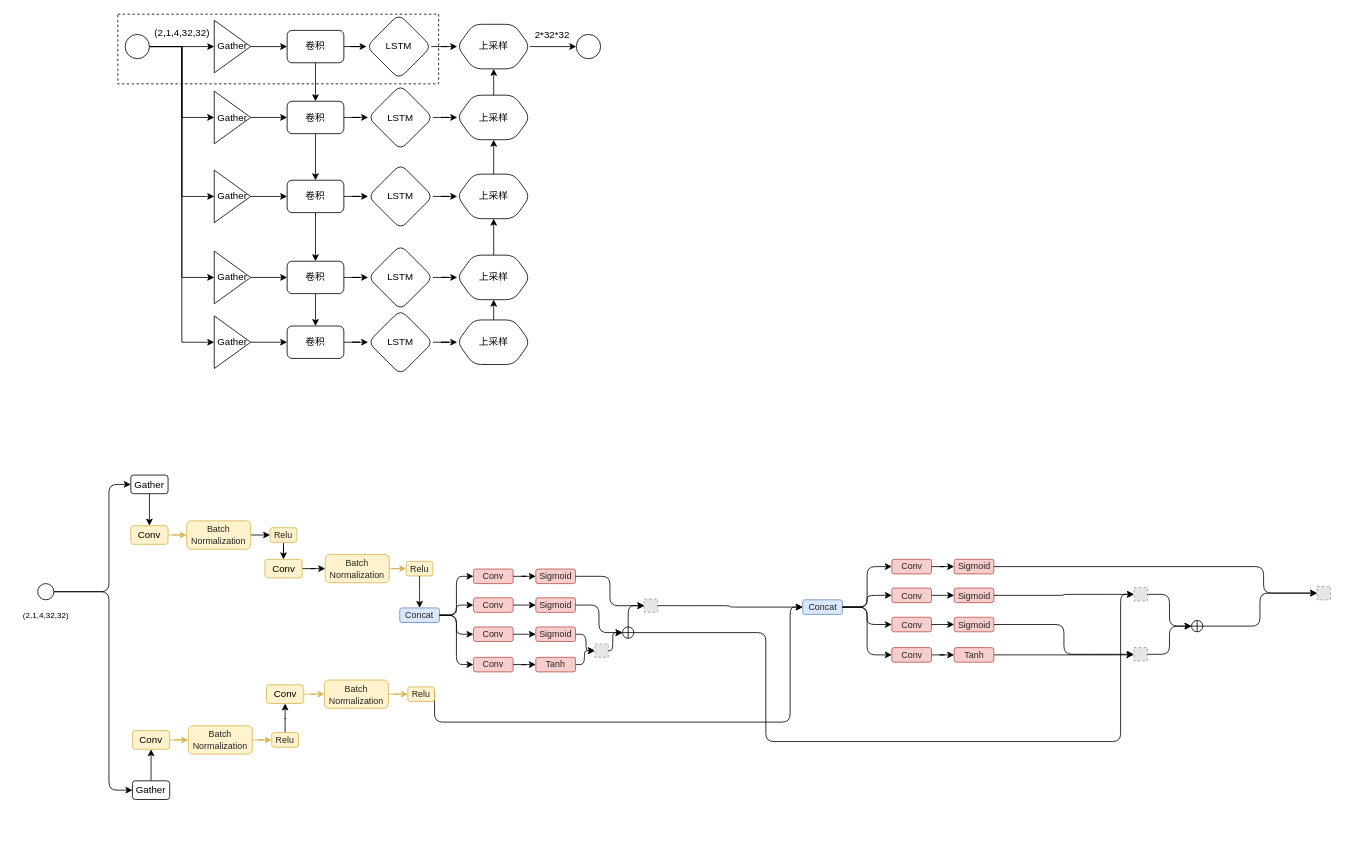
Above: hainanchangedetection.drawio in dorbodwolf/graphs_from_draw.io (draw.io), before the change. Source tidied: cells renumbered, new cells numbered last; positions are measured from the earlier drawing's top-left corner, leaving out a move shared by most shapes. Both pictures are drawn from the tidied source at 81%, with x=0, y=0 at pixel (14, 14). Pictures stored in the file or linked from it are replaced by grey dashed boxes.
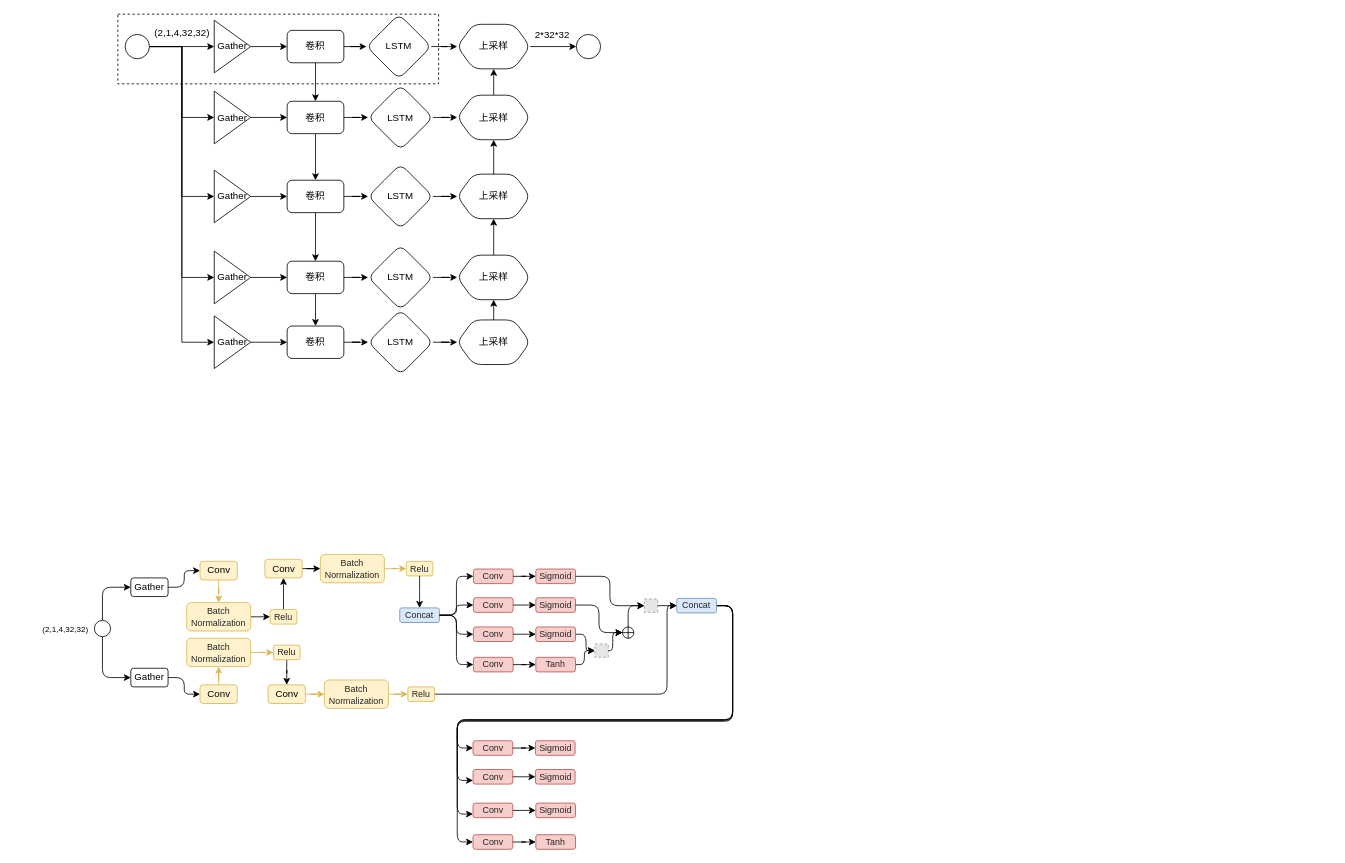
Above is the later version.

Unchanged cells that the change refers to:
```xml
<mxCell id="68" value="&lt;font color=&quot;#242424&quot;&gt;&lt;span style=&quot;font-size: 11px&quot;&gt;Relu&lt;/span&gt;&lt;/font&gt;" style="rounded=1;whiteSpace=wrap;html=1;sketch=0;fillColor=#fff2cc;strokeColor=#d6b656;" parent="1" vertex="1">
  <mxGeometry x="486" y="830.5" width="33" height="18" as="geometry" />
</mxCell>
<mxCell id="105" style="verticalLabelPosition=bottom;verticalAlign=top;html=1;shape=mxgraph.flowchart.summing_function;rounded=0;sketch=0;fillColor=#ffffff;" parent="1" vertex="1">
  <mxGeometry x="751" y="756.5" width="14" height="14" as="geometry" />
</mxCell>
<mxCell id="141" value="Conv" style="rounded=1;whiteSpace=wrap;html=1;sketch=0;fillColor=#fff2cc;strokeColor=#d6b656;" parent="1" vertex="1">
  <mxGeometry x="309.5" y="673" width="46" height="23" as="geometry" />
</mxCell>
```

What changed in the source:
```diff
@@
-    <mxCell id="56" style="edgeStyle=orthogonalEdgeStyle;curved=0;rounded=1;sketch=0;jettySize=auto;html=1;exitX=0.5;exitY=0;exitDx=0;exitDy=0;entryX=0.5;entryY=1;entryDx=0;entryDy=0;" parent="1" edge="1" source="57" target="58">
+    <mxCell id="56" style="edgeStyle=orthogonalEdgeStyle;curved=0;rounded=1;sketch=0;jettySize=auto;html=1;exitX=1;exitY=0.5;exitDx=0;exitDy=0;entryX=0;entryY=0.5;entryDx=0;entryDy=0;" parent="1" edge="1" source="57" target="58">
       <mxGeometry relative="1" as="geometry" />
     </mxCell>
     <mxCell id="57" value="Gather" style="rounded=1;whiteSpace=wrap;html=1;sketch=0;fillColor=none;" parent="1" vertex="1">
-      <mxGeometry x="146" y="946.5" width="46" height="23" as="geometry" />
+      <mxGeometry x="144" y="807.5" width="46" height="23" as="geometry" />
     </mxCell>
     <mxCell id="58" value="Conv" style="rounded=1;whiteSpace=wrap;html=1;sketch=0;fillColor=#fff2cc;strokeColor=#d6b656;" parent="1" vertex="1">
-      <mxGeometry x="146" y="884.5" width="46" height="23" as="geometry" />
+      <mxGeometry x="229.5" y="828" width="46" height="23" as="geometry" />
     </mxCell>
     <mxCell id="59" value="&lt;span style=&quot;color: rgb(36 , 36 , 36) ; font-size: 11px&quot;&gt;Batch&lt;br&gt;Normalization&lt;/span&gt;" style="rounded=1;whiteSpace=wrap;html=1;sketch=0;fillColor=#fff2cc;strokeColor=#d6b656;" parent="1" vertex="1">
-      <mxGeometry x="215" y="878.5" width="79" height="35" as="geometry" />
+      <mxGeometry x="213" y="770.5" width="79" height="35" as="geometry" />
     </mxCell>
@@
-    <mxCell id="61" style="edgeStyle=orthogonalEdgeStyle;curved=0;rounded=1;sketch=0;jettySize=auto;html=1;exitX=0.5;exitY=0;exitDx=0;exitDy=0;" parent="1" edge="1" source="62" target="64">
+    <mxCell id="61" style="edgeStyle=orthogonalEdgeStyle;curved=0;rounded=1;sketch=0;jettySize=auto;html=1;exitX=0.5;exitY=1;exitDx=0;exitDy=0;" parent="1" edge="1" source="62" target="64">
       <mxGeometry relative="1" as="geometry" />
     </mxCell>
     <mxCell id="62" value="&lt;font color=&quot;#242424&quot;&gt;&lt;span style=&quot;font-size: 11px&quot;&gt;Relu&lt;/span&gt;&lt;/font&gt;" style="rounded=1;whiteSpace=wrap;html=1;sketch=0;fillColor=#fff2cc;strokeColor=#d6b656;" parent="1" vertex="1">
-      <mxGeometry x="318" y="887" width="33" height="18" as="geometry" />
+      <mxGeometry x="320" y="779" width="33" height="18" as="geometry" />
     </mxCell>
@@
     <mxCell id="64" value="Conv" style="rounded=1;whiteSpace=wrap;html=1;sketch=0;fillColor=#fff2cc;strokeColor=#d6b656;" parent="1" vertex="1">
-      <mxGeometry x="311.5" y="828" width="46" height="23" as="geometry" />
+      <mxGeometry x="313.5" y="828" width="46" height="23" as="geometry" />
     </mxCell>
@@
-    <mxCell id="67" style="edgeStyle=orthogonalEdgeStyle;curved=0;rounded=1;sketch=0;jettySize=auto;html=1;exitX=1;exitY=0.25;exitDx=0;exitDy=0;entryX=0;entryY=0.5;entryDx=0;entryDy=0;" parent="1" edge="1" source="68" target="110">
+    <mxCell id="67" style="edgeStyle=orthogonalEdgeStyle;curved=0;rounded=1;sketch=0;jettySize=auto;html=1;exitX=1;exitY=0.5;exitDx=0;exitDy=0;entryX=0;entryY=0.5;entryDx=0;entryDy=0;" parent="1" edge="1" source="68" target="110">
       <mxGeometry relative="1" as="geometry">
         <Array as="points">
-          <mxPoint x="958" y="874" />
-          <mxPoint x="958" y="732" />
+          <mxPoint x="806" y="840" />
+          <mxPoint x="806" y="730" />
         </Array>
       </mxGeometry>
     </mxCell>
@@
+    <mxCell id="74" style="edgeStyle=orthogonalEdgeStyle;curved=0;rounded=1;sketch=0;jettySize=auto;html=1;exitX=0.5;exitY=0;exitDx=0;exitDy=0;entryX=0;entryY=0.5;entryDx=0;entryDy=0;" parent="1" edge="1" source="71" target="73">
+      <mxGeometry relative="1" as="geometry" />
+    </mxCell>
-    <mxCell id="70" style="edgeStyle=orthogonalEdgeStyle;curved=0;rounded=1;sketch=0;jettySize=auto;html=1;exitX=1;exitY=0.5;exitDx=0;exitDy=0;entryX=0;entryY=0.5;entryDx=0;entryDy=0;" parent="1" edge="1" source="71" target="57">
-      <mxGeometry relative="1" as="geometry">
-        <Array as="points">
-          <mxPoint x="117" y="713" />
-          <mxPoint x="117" y="958" />
-        </Array>
-      </mxGeometry>
+    <mxCell id="70" style="edgeStyle=orthogonalEdgeStyle;curved=0;rounded=1;sketch=0;jettySize=auto;html=1;exitX=0.5;exitY=1;exitDx=0;exitDy=0;entryX=0;entryY=0.5;entryDx=0;entryDy=0;" parent="1" edge="1" source="71" target="57">
+      <mxGeometry relative="1" as="geometry" />
     </mxCell>
     <mxCell id="71" style="ellipse;whiteSpace=wrap;html=1;" parent="1" vertex="1">
-      <mxGeometry x="29" y="703" width="20" height="20" as="geometry" />
+      <mxGeometry x="99" y="748.5" width="20" height="20" as="geometry" />
     </mxCell>
-    <mxCell id="72" style="edgeStyle=orthogonalEdgeStyle;curved=0;rounded=1;sketch=0;jettySize=auto;html=1;exitX=0.5;exitY=1;exitDx=0;exitDy=0;entryX=0.5;entryY=0;entryDx=0;entryDy=0;" parent="1" edge="1" source="73" target="76">
+    <mxCell id="72" style="edgeStyle=orthogonalEdgeStyle;curved=0;rounded=1;sketch=0;jettySize=auto;html=1;exitX=1;exitY=0.5;exitDx=0;exitDy=0;entryX=0;entryY=0.5;entryDx=0;entryDy=0;" parent="1" edge="1" source="73" target="76">
       <mxGeometry relative="1" as="geometry" />
     </mxCell>
     <mxCell id="73" value="Gather" style="rounded=1;whiteSpace=wrap;html=1;sketch=0;fillColor=none;" parent="1" vertex="1">
-      <mxGeometry x="144" y="569" width="46" height="23" as="geometry" />
+      <mxGeometry x="144" y="696" width="46" height="23" as="geometry" />
     </mxCell>
-    <mxCell id="74" style="edgeStyle=orthogonalEdgeStyle;curved=0;rounded=1;sketch=0;jettySize=auto;html=1;entryX=0;entryY=0.5;entryDx=0;entryDy=0;" parent="1" edge="1" source="71" target="73">
-      <mxGeometry x="-362" y="608" as="geometry">
-        <Array as="points">
-          <mxPoint x="117" y="713" />
-          <mxPoint x="117" y="581" />
-        </Array>
-      </mxGeometry>
-    </mxCell>
     <mxCell id="75" value="&lt;p&gt;&lt;font style=&quot;font-size: 10px&quot;&gt;(2,1,4,32,32)&lt;/font&gt;&lt;/p&gt;" style="text;html=1;align=center;verticalAlign=middle;" parent="1" vertex="1">
-      <mxGeometry y="720.5" width="78" height="42" as="geometry" />
+      <mxGeometry x="24" y="737.5" width="78" height="42" as="geometry" />
     </mxCell>
     <mxCell id="76" value="Conv" style="rounded=1;whiteSpace=wrap;html=1;sketch=0;fillColor=#fff2cc;strokeColor=#d6b656;" parent="1" vertex="1">
-      <mxGeometry x="144" y="631.5" width="46" height="23" as="geometry" />
+      <mxGeometry x="229.5" y="675.5" width="46" height="23" as="geometry" />
     </mxCell>
@@
     <mxCell id="78" value="&lt;span style=&quot;color: rgb(36 , 36 , 36) ; font-size: 11px&quot;&gt;Batch&lt;br&gt;Normalization&lt;/span&gt;" style="rounded=1;whiteSpace=wrap;html=1;sketch=0;strokeColor=#d6b656;fillColor=#fff2cc;" parent="1" vertex="1">
-      <mxGeometry x="213" y="625.5" width="79" height="35" as="geometry" />
+      <mxGeometry x="213" y="726.5" width="79" height="35" as="geometry" />
     </mxCell>
@@
     <mxCell id="80" value="&lt;span style=&quot;color: rgb(36 , 36 , 36) ; font-size: 11px&quot;&gt;Batch&lt;br&gt;Normalization&lt;/span&gt;" style="rounded=1;whiteSpace=wrap;html=1;sketch=0;fillColor=#fff2cc;strokeColor=#d6b656;" parent="1" vertex="1">
-      <mxGeometry x="384" y="667" width="79" height="35" as="geometry" />
+      <mxGeometry x="378" y="667" width="79" height="35" as="geometry" />
     </mxCell>
@@
+    <mxCell id="119" style="edgeStyle=orthogonalEdgeStyle;curved=0;rounded=1;sketch=0;jettySize=auto;html=1;exitX=1;exitY=0.5;exitDx=0;exitDy=0;entryX=0;entryY=0.5;entryDx=0;entryDy=0;" parent="1" edge="1" source="110" target="118">
+      <mxGeometry relative="1" as="geometry">
+        <Array as="points">
+          <mxPoint x="887" y="730" />
+          <mxPoint x="887" y="871" />
+          <mxPoint x="547" y="871" />
+          <mxPoint x="547" y="906" />
+        </Array>
+      </mxGeometry>
+    </mxCell>
+    <mxCell id="117" style="edgeStyle=orthogonalEdgeStyle;curved=0;rounded=1;sketch=0;jettySize=auto;html=1;exitX=1;exitY=0.5;exitDx=0;exitDy=0;entryX=0;entryY=0.75;entryDx=0;entryDy=0;" parent="1" edge="1" source="110" target="116">
+      <mxGeometry relative="1" as="geometry">
+        <Array as="points">
+          <mxPoint x="887" y="730" />
+          <mxPoint x="887" y="872" />
+          <mxPoint x="547" y="872" />
+          <mxPoint x="547" y="946" />
+        </Array>
+      </mxGeometry>
+    </mxCell>
+    <mxCell id="113" style="edgeStyle=orthogonalEdgeStyle;curved=0;rounded=1;sketch=0;jettySize=auto;html=1;exitX=1;exitY=0.5;exitDx=0;exitDy=0;entryX=0;entryY=0.75;entryDx=0;entryDy=0;" parent="1" edge="1" source="110" target="112">
+      <mxGeometry relative="1" as="geometry">
+        <Array as="points">
+          <mxPoint x="887" y="730" />
+          <mxPoint x="887" y="871" />
+          <mxPoint x="547" y="871" />
+          <mxPoint x="547" y="988" />
+        </Array>
+      </mxGeometry>
+    </mxCell>
+    <mxCell id="115" style="edgeStyle=orthogonalEdgeStyle;curved=0;rounded=1;sketch=0;jettySize=auto;html=1;exitX=1;exitY=0.5;exitDx=0;exitDy=0;entryX=0;entryY=0.5;entryDx=0;entryDy=0;" parent="1" edge="1" source="110" target="114">
+      <mxGeometry relative="1" as="geometry">
+        <Array as="points">
+          <mxPoint x="887" y="730" />
+          <mxPoint x="887" y="873" />
+          <mxPoint x="547" y="873" />
+          <mxPoint x="547" y="1022" />
+        </Array>
+      </mxGeometry>
+    </mxCell>
     <mxCell id="110" value="&lt;font color=&quot;#242424&quot;&gt;&lt;span style=&quot;font-size: 11px&quot;&gt;Concat&lt;/span&gt;&lt;/font&gt;" style="rounded=1;whiteSpace=wrap;html=1;sketch=0;fillColor=#dae8fc;strokeColor=#6c8ebf;" parent="1" vertex="1">
-      <mxGeometry x="973.5" y="723" width="49" height="18" as="geometry" />
+      <mxGeometry x="818" y="721.2" width="49" height="18" as="geometry" />
     </mxCell>
@@
     <mxCell id="112" value="&lt;font color=&quot;#242424&quot;&gt;&lt;span style=&quot;font-size: 11px&quot;&gt;Conv&lt;/span&gt;&lt;/font&gt;" style="rounded=1;whiteSpace=wrap;html=1;sketch=0;fillColor=#f8cecc;strokeColor=#b85450;" parent="1" vertex="1">
-      <mxGeometry x="1083.5" y="744.5" width="49" height="18" as="geometry" />
+      <mxGeometry x="566.5" y="974" width="49" height="18" as="geometry" />
     </mxCell>
-    <mxCell id="113" style="edgeStyle=orthogonalEdgeStyle;curved=0;rounded=1;sketch=0;jettySize=auto;html=1;exitX=1;exitY=0.5;exitDx=0;exitDy=0;entryX=0;entryY=0.5;entryDx=0;entryDy=0;" parent="1" edge="1" source="110" target="112">
-      <mxGeometry x="-654.5" y="583" as="geometry" />
-    </mxCell>
     <mxCell id="114" value="&lt;font color=&quot;#242424&quot;&gt;&lt;span style=&quot;font-size: 11px&quot;&gt;Conv&lt;/span&gt;&lt;/font&gt;" style="rounded=1;whiteSpace=wrap;html=1;sketch=0;fillColor=#f8cecc;strokeColor=#b85450;" parent="1" vertex="1">
-      <mxGeometry x="1083.5" y="782" width="49" height="18" as="geometry" />
+      <mxGeometry x="566.5" y="1013" width="49" height="18" as="geometry" />
     </mxCell>
-    <mxCell id="115" style="edgeStyle=orthogonalEdgeStyle;curved=0;rounded=1;sketch=0;jettySize=auto;html=1;exitX=1;exitY=0.5;exitDx=0;exitDy=0;entryX=0;entryY=0.5;entryDx=0;entryDy=0;" parent="1" edge="1" source="110" target="114">
-      <mxGeometry x="-654.5" y="583" as="geometry" />
-    </mxCell>
     <mxCell id="116" value="&lt;font color=&quot;#242424&quot;&gt;&lt;span style=&quot;font-size: 11px&quot;&gt;Conv&lt;/span&gt;&lt;/font&gt;" style="rounded=1;whiteSpace=wrap;html=1;sketch=0;fillColor=#f8cecc;strokeColor=#b85450;" parent="1" vertex="1">
-      <mxGeometry x="1083.5" y="708.5" width="49" height="18" as="geometry" />
+      <mxGeometry x="566.5" y="932.5" width="49" height="18" as="geometry" />
     </mxCell>
-    <mxCell id="117" style="edgeStyle=orthogonalEdgeStyle;curved=0;rounded=1;sketch=0;jettySize=auto;html=1;exitX=1;exitY=0.5;exitDx=0;exitDy=0;" parent="1" edge="1" source="110" target="116">
-      <mxGeometry x="-654.5" y="583" as="geometry" />
-    </mxCell>
     <mxCell id="118" value="&lt;font color=&quot;#242424&quot;&gt;&lt;span style=&quot;font-size: 11px&quot;&gt;Conv&lt;/span&gt;&lt;/font&gt;" style="rounded=1;whiteSpace=wrap;html=1;sketch=0;fillColor=#f8cecc;strokeColor=#b85450;" parent="1" vertex="1">
-      <mxGeometry x="1083.5" y="673" width="49" height="18" as="geometry" />
+      <mxGeometry x="566.5" y="897" width="49" height="18" as="geometry" />
     </mxCell>
-    <mxCell id="119" style="edgeStyle=orthogonalEdgeStyle;curved=0;rounded=1;sketch=0;jettySize=auto;html=1;exitX=1;exitY=0.5;exitDx=0;exitDy=0;entryX=0;entryY=0.5;entryDx=0;entryDy=0;" parent="1" edge="1" source="110" target="118">
-      <mxGeometry x="-654.5" y="583" as="geometry" />
-    </mxCell>
     <mxCell id="120" value="&lt;font color=&quot;#242424&quot;&gt;&lt;span style=&quot;font-size: 11px&quot;&gt;Sigmoid&lt;/span&gt;&lt;/font&gt;" style="rounded=1;whiteSpace=wrap;html=1;sketch=0;fillColor=#f8cecc;strokeColor=#b85450;" parent="1" vertex="1">
-      <mxGeometry x="1160.5" y="673" width="49" height="18" as="geometry" />
+      <mxGeometry x="643.5" y="897" width="49" height="18" as="geometry" />
     </mxCell>
     <mxCell id="121" style="edgeStyle=orthogonalEdgeStyle;curved=0;rounded=1;sketch=0;jettySize=auto;html=1;" parent="1" edge="1" source="118" target="120">
-      <mxGeometry x="-654.5" y="583" as="geometry" />
+      <mxGeometry x="-1171.5" y="807" as="geometry" />
     </mxCell>
     <mxCell id="122" value="&lt;font color=&quot;#242424&quot;&gt;&lt;span style=&quot;font-size: 11px&quot;&gt;Sigmoid&lt;/span&gt;&lt;/font&gt;" style="rounded=1;whiteSpace=wrap;html=1;sketch=0;fillColor=#f8cecc;strokeColor=#b85450;" parent="1" vertex="1">
-      <mxGeometry x="1160.5" y="708.5" width="49" height="18" as="geometry" />
+      <mxGeometry x="643.5" y="932.5" width="49" height="18" as="geometry" />
     </mxCell>
     <mxCell id="123" style="edgeStyle=orthogonalEdgeStyle;curved=0;rounded=1;sketch=0;jettySize=auto;html=1;exitX=1;exitY=0.5;exitDx=0;exitDy=0;entryX=0;entryY=0.5;entryDx=0;entryDy=0;" parent="1" edge="1" source="116" target="122">
-      <mxGeometry x="-654.5" y="583" as="geometry" />
+      <mxGeometry x="-1171.5" y="807" as="geometry" />
     </mxCell>
     <mxCell id="124" value="&lt;font color=&quot;#242424&quot;&gt;&lt;span style=&quot;font-size: 11px&quot;&gt;Sigmoid&lt;/span&gt;&lt;/font&gt;" style="rounded=1;whiteSpace=wrap;html=1;sketch=0;fillColor=#f8cecc;strokeColor=#b85450;" parent="1" vertex="1">
-      <mxGeometry x="1160.5" y="744.5" width="49" height="18" as="geometry" />
+      <mxGeometry x="644" y="974" width="49" height="18" as="geometry" />
     </mxCell>
     <mxCell id="125" style="edgeStyle=orthogonalEdgeStyle;curved=0;rounded=1;sketch=0;jettySize=auto;html=1;exitX=1;exitY=0.5;exitDx=0;exitDy=0;entryX=0;entryY=0.5;entryDx=0;entryDy=0;" parent="1" edge="1" source="112" target="124">
-      <mxGeometry x="-654.5" y="583" as="geometry" />
+      <mxGeometry x="-1171.5" y="807" as="geometry" />
     </mxCell>
-    <mxCell id="126" style="edgeStyle=orthogonalEdgeStyle;curved=0;rounded=1;sketch=0;jettySize=auto;html=1;exitX=1;exitY=0.5;exitDx=0;exitDy=0;" parent="1" edge="1" source="127">
-      <mxGeometry x="-654.5" y="583" as="geometry">
-        <mxPoint x="1381.6" y="791" as="targetPoint" />
-      </mxGeometry>
-    </mxCell>
     <mxCell id="127" value="&lt;font color=&quot;#242424&quot;&gt;&lt;span style=&quot;font-size: 11px&quot;&gt;Tanh&lt;br&gt;&lt;/span&gt;&lt;/font&gt;" style="rounded=1;whiteSpace=wrap;html=1;sketch=0;fillColor=#f8cecc;strokeColor=#b85450;" parent="1" vertex="1">
-      <mxGeometry x="1160.5" y="782" width="49" height="18" as="geometry" />
+      <mxGeometry x="644" y="1013" width="49" height="18" as="geometry" />
     </mxCell>
     <mxCell id="128" style="edgeStyle=orthogonalEdgeStyle;curved=0;rounded=1;sketch=0;jettySize=auto;html=1;exitX=1;exitY=0.5;exitDx=0;exitDy=0;" parent="1" edge="1" source="114" target="127">
-      <mxGeometry x="-654.5" y="583" as="geometry" />
+      <mxGeometry x="-1171.5" y="807" as="geometry" />
     </mxCell>
-    <mxCell id="129" style="fillColor=#E6E6E6;strokeColor=#999999;dashed=1;html=1;verticalAlign=top;verticalLabelPosition=bottom;labelBackgroundColor=#ffffff;" parent="1" vertex="1">
-      <mxGeometry x="1382.5" y="708" width="16.5" height="16.5" as="geometry" />
-    </mxCell>
-    <mxCell id="130" style="edgeStyle=orthogonalEdgeStyle;curved=0;rounded=1;sketch=0;jettySize=auto;html=1;exitX=1;exitY=0.5;exitDx=0;exitDy=0;exitPerimeter=0;entryX=0;entryY=0.5;entryDx=0;entryDy=0;" parent="1" edge="1" source="105" target="129">
-      <mxGeometry x="-577" y="583" as="geometry">
-        <Array as="points">
-          <mxPoint x="928" y="764" />
-          <mxPoint x="928" y="898" />
-          <mxPoint x="1366" y="898" />
-          <mxPoint x="1366" y="716" />
-        </Array>
-      </mxGeometry>
-    </mxCell>
-    <mxCell id="131" style="edgeStyle=orthogonalEdgeStyle;curved=0;rounded=1;sketch=0;jettySize=auto;html=1;exitX=1;exitY=0.5;exitDx=0;exitDy=0;entryX=0;entryY=0.5;entryDx=0;entryDy=0;" parent="1" edge="1" source="122" target="129">
-      <mxGeometry x="-654.5" y="583" as="geometry" />
-    </mxCell>
-    <mxCell id="132" style="fillColor=#E6E6E6;strokeColor=#999999;dashed=1;html=1;verticalAlign=top;verticalLabelPosition=bottom;labelBackgroundColor=#ffffff;" parent="1" vertex="1">
-      <mxGeometry x="1382.5" y="782" width="16.5" height="16.5" as="geometry" />
-    </mxCell>
-    <mxCell id="133" style="edgeStyle=orthogonalEdgeStyle;curved=0;rounded=1;sketch=0;jettySize=auto;html=1;exitX=1;exitY=0.5;exitDx=0;exitDy=0;entryX=0;entryY=0.5;entryDx=0;entryDy=0;" parent="1" edge="1" source="124" target="132">
-      <mxGeometry x="-654.5" y="583" as="geometry" />
-    </mxCell>
-    <mxCell id="134" style="verticalLabelPosition=bottom;verticalAlign=top;html=1;shape=mxgraph.flowchart.summing_function;rounded=0;sketch=0;fillColor=#ffffff;" parent="1" vertex="1">
-      <mxGeometry x="1453.5" y="748.5" width="14" height="14" as="geometry" />
-    </mxCell>
-    <mxCell id="135" style="edgeStyle=orthogonalEdgeStyle;curved=0;rounded=1;sketch=0;jettySize=auto;html=1;exitX=1;exitY=0.5;exitDx=0;exitDy=0;entryX=0;entryY=0.5;entryDx=0;entryDy=0;entryPerimeter=0;" parent="1" edge="1" source="129" target="134">
-      <mxGeometry x="-654.5" y="583" as="geometry" />
-    </mxCell>
-    <mxCell id="136" style="edgeStyle=orthogonalEdgeStyle;curved=0;rounded=1;sketch=0;jettySize=auto;html=1;exitX=1;exitY=0.5;exitDx=0;exitDy=0;entryX=0;entryY=0.5;entryDx=0;entryDy=0;entryPerimeter=0;" parent="1" edge="1" source="132" target="134">
-      <mxGeometry x="-654.5" y="583" as="geometry" />
-    </mxCell>
-    <mxCell id="137" style="fillColor=#E6E6E6;strokeColor=#999999;dashed=1;html=1;verticalAlign=top;verticalLabelPosition=bottom;labelBackgroundColor=#ffffff;" parent="1" vertex="1">
-      <mxGeometry x="1608.5" y="706.5" width="16.5" height="16.5" as="geometry" />
-    </mxCell>
-    <mxCell id="138" style="edgeStyle=orthogonalEdgeStyle;curved=0;rounded=1;sketch=0;jettySize=auto;html=1;exitX=1;exitY=0.5;exitDx=0;exitDy=0;entryX=0;entryY=0.5;entryDx=0;entryDy=0;" parent="1" edge="1" source="120" target="137">
-      <mxGeometry x="-654.5" y="583" as="geometry">
-        <Array as="points">
-          <mxPoint x="1542.5" y="682" />
-          <mxPoint x="1542.5" y="715" />
-        </Array>
-      </mxGeometry>
-    </mxCell>
-    <mxCell id="139" style="edgeStyle=orthogonalEdgeStyle;curved=0;rounded=1;sketch=0;jettySize=auto;html=1;exitX=1;exitY=0.5;exitDx=0;exitDy=0;exitPerimeter=0;entryX=0;entryY=0.5;entryDx=0;entryDy=0;" parent="1" edge="1" source="134" target="137">
-      <mxGeometry x="-654.5" y="583" as="geometry" />
-    </mxCell>
@@
-    <mxCell id="142" style="edgeStyle=orthogonalEdgeStyle;curved=0;rounded=1;sketch=0;jettySize=auto;html=1;exitX=0.5;exitY=1;exitDx=0;exitDy=0;" parent="1" edge="1" source="143" target="141">
+    <mxCell id="142" style="edgeStyle=orthogonalEdgeStyle;curved=0;rounded=1;sketch=0;jettySize=auto;html=1;exitX=0.5;exitY=0;exitDx=0;exitDy=0;entryX=0.5;entryY=1;entryDx=0;entryDy=0;" parent="1" edge="1" source="143" target="141">
       <mxGeometry relative="1" as="geometry" />
     </mxCell>
     <mxCell id="143" value="&lt;font color=&quot;#242424&quot;&gt;&lt;span style=&quot;font-size: 11px&quot;&gt;Relu&lt;/span&gt;&lt;/font&gt;" style="rounded=1;whiteSpace=wrap;html=1;sketch=0;fillColor=#fff2cc;strokeColor=#d6b656;" parent="1" vertex="1">
-      <mxGeometry x="316" y="634" width="33" height="18" as="geometry" />
+      <mxGeometry x="316" y="735" width="33" height="18" as="geometry" />
     </mxCell>
```
